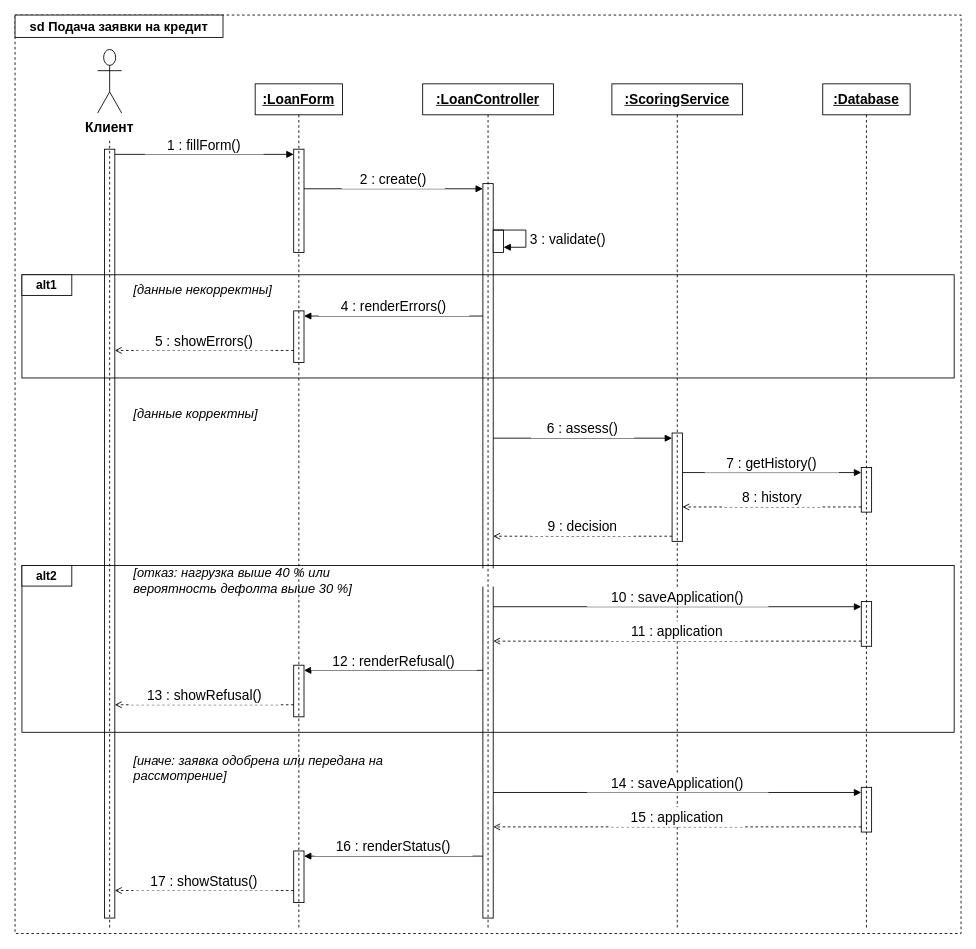
Before: page "Подача заявки на кредит" (2 of 6) of docs/diagrams/views.drawio in vladmeshkov/js-course-work, a draw.io diagram. Source tidied: cells renumbered, new cells numbered last; positions are measured from the earlier drawing's top-left corner, leaving out a move shared by most shapes. Both pictures are drawn from the tidied source at 86%, with x=0, y=0 at pixel (15, 15).
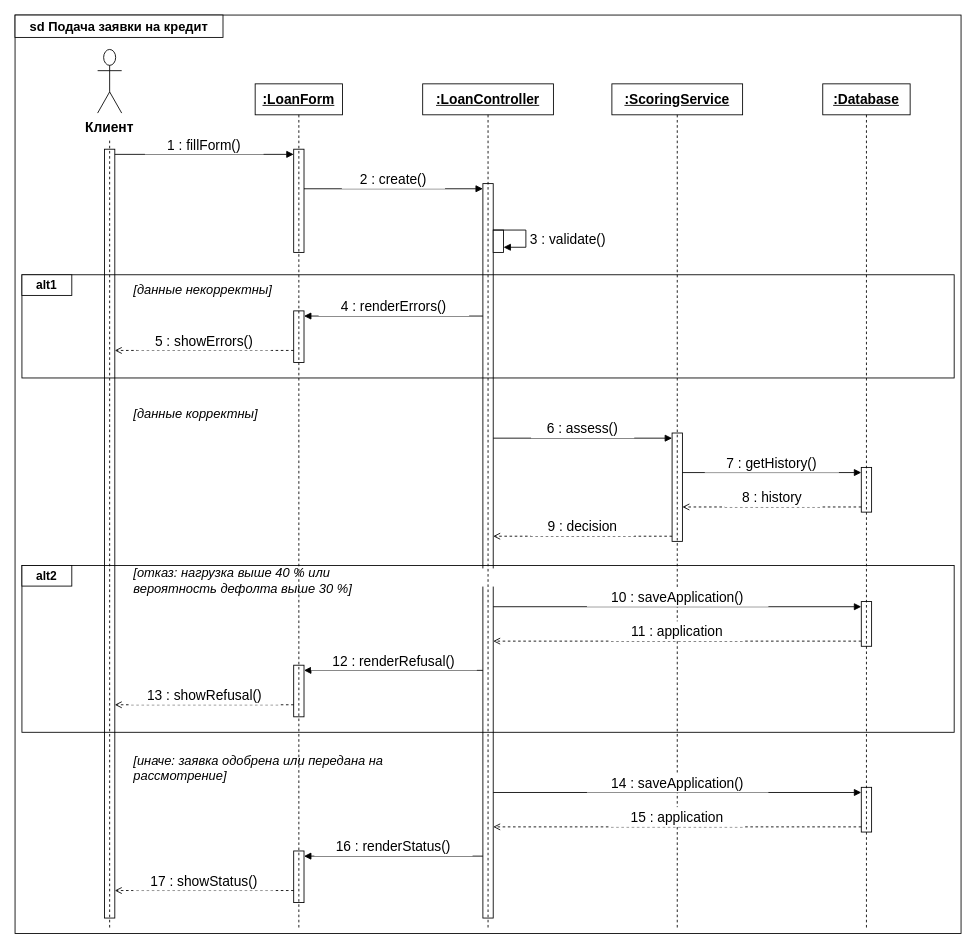
Above is the later version.

Diff of the diagram source:
```diff
@@
-    <mxCell id="2" style="html=1;whiteSpace=wrap;fontFamily=Arial;fontSize=16;rounded=0;fillColor=none;strokeColor=#000;dashed=1;verticalAlign=top;align=left;spacingLeft=10;spacingTop=2;" parent="1" vertex="1">
+    <mxCell id="2" style="html=1;whiteSpace=wrap;fontFamily=Arial;fontSize=16;rounded=0;fillColor=none;strokeColor=#000;verticalAlign=top;align=left;spacingLeft=10;spacingTop=2;" parent="1" vertex="1">
       <mxGeometry width="1100" height="1068" as="geometry" />
     </mxCell>
```
